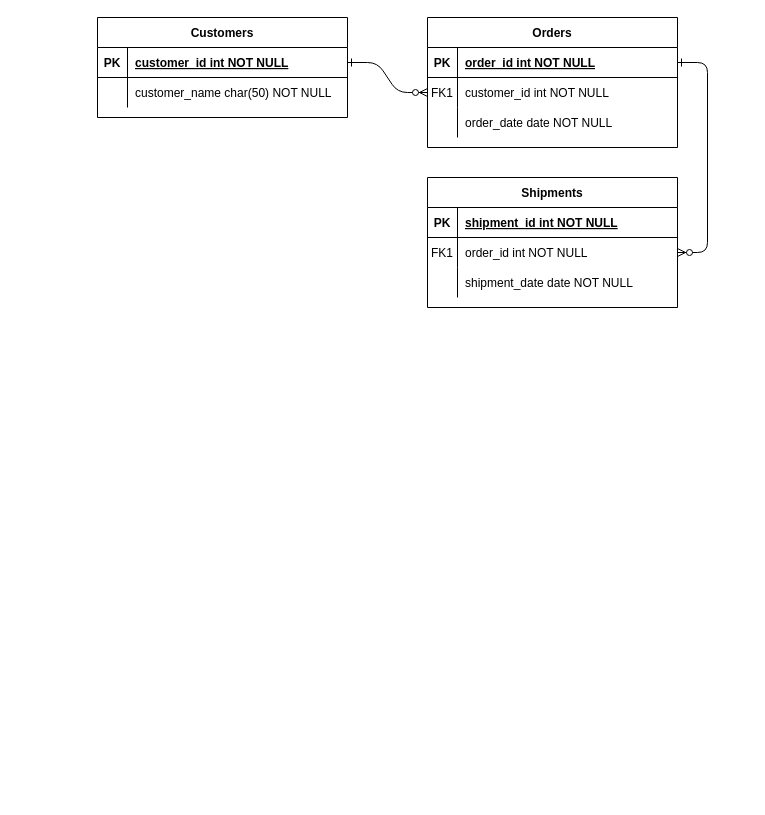
jainayushee/database-and-cloud-computing keeps this draw.io diagram as Untitled Diagram.drawio. Above is the earlier version. Source tidied: cells renumbered, new cells numbered last; positions are measured from the earlier drawing's top-left corner, leaving out a move shared by most shapes. Both pictures are drawn from the tidied source at 100%, with x=0, y=0 at pixel (97, 17).
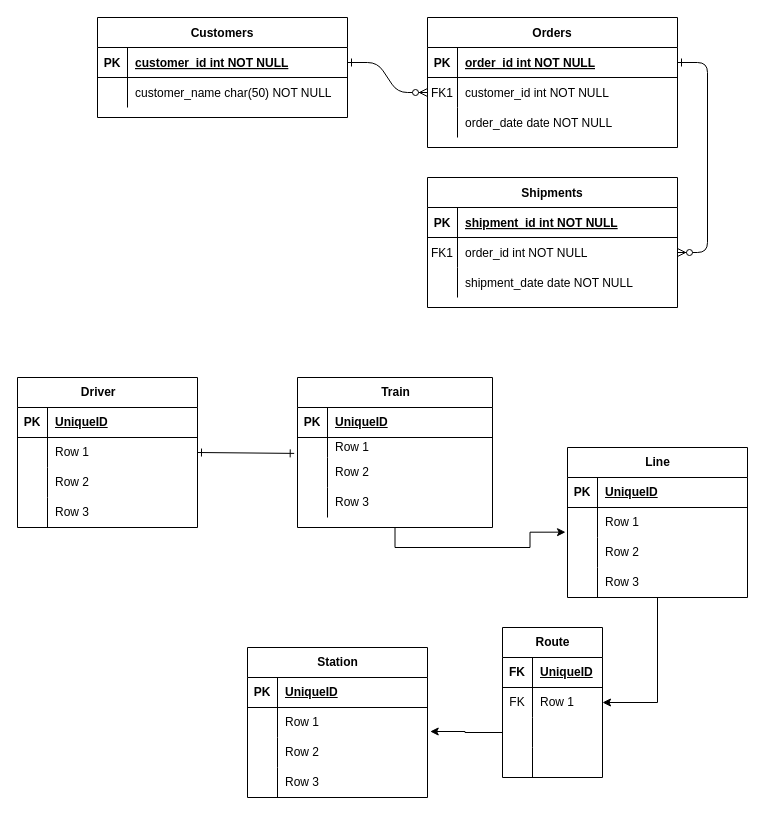
Above is the later version.

The edit, as a diff of the source:
```diff
@@
+    <mxCell id="31" value="Driver&lt;span style=&quot;white-space: pre;&quot;&gt;&#9;&lt;/span&gt;" style="shape=table;startSize=30;childLayout=tableLayout;rowLines=0;fontStyle=1;align=center;html=1;" parent="1" vertex="1">
+      <mxGeometry x="-80" y="360" width="180" height="150" as="geometry" />
+    </mxCell>
+    <mxCell id="32" style="shape=tableRow;horizontal=0;startSize=0;swimlaneHead=0;swimlaneBody=0;fillColor=none;top=0;left=0;right=0;bottom=1;" parent="31" vertex="1">
+      <mxGeometry y="30" width="180" height="30" as="geometry" />
+    </mxCell>
+    <mxCell id="33" value="PK" style="shape=partialRectangle;fillColor=none;top=0;left=0;bottom=0;right=0;fontStyle=1;overflow=hidden;whiteSpace=wrap;html=1;" parent="32" vertex="1">
+      <mxGeometry width="30" height="30" as="geometry" />
+    </mxCell>
+    <mxCell id="34" value="UniqueID" style="shape=partialRectangle;fillColor=none;top=0;left=0;bottom=0;right=0;align=left;spacingLeft=6;fontStyle=5;overflow=hidden;whiteSpace=wrap;html=1;" parent="32" vertex="1">
+      <mxGeometry x="30" width="150" height="30" as="geometry" />
+    </mxCell>
+    <mxCell id="35" style="shape=tableRow;horizontal=0;startSize=0;swimlaneHead=0;swimlaneBody=0;fillColor=none;points=[[0,0.5],[1,0.5]];portConstraint=eastwest;top=0;left=0;right=0;bottom=0;" parent="31" vertex="1">
+      <mxGeometry y="60" width="180" height="30" as="geometry" />
+    </mxCell>
+    <mxCell id="36" style="shape=partialRectangle;fillColor=none;top=0;left=0;bottom=0;right=0;overflow=hidden;whiteSpace=wrap;html=1;" parent="35" vertex="1">
+      <mxGeometry width="30" height="30" as="geometry" />
+    </mxCell>
+    <mxCell id="37" value="Row 1" style="shape=partialRectangle;fillColor=none;top=0;left=0;bottom=0;right=0;align=left;spacingLeft=6;overflow=hidden;whiteSpace=wrap;html=1;" parent="35" vertex="1">
+      <mxGeometry x="30" width="150" height="30" as="geometry" />
+    </mxCell>
+    <mxCell id="38" style="shape=tableRow;horizontal=0;startSize=0;swimlaneHead=0;swimlaneBody=0;fillColor=none;top=0;left=0;right=0;bottom=0;" parent="31" vertex="1">
+      <mxGeometry y="90" width="180" height="30" as="geometry" />
+    </mxCell>
+    <mxCell id="39" style="shape=partialRectangle;fillColor=none;top=0;left=0;bottom=0;right=0;overflow=hidden;whiteSpace=wrap;html=1;" parent="38" vertex="1">
+      <mxGeometry width="30" height="30" as="geometry" />
+    </mxCell>
+    <mxCell id="40" value="Row 2" style="shape=partialRectangle;fillColor=none;top=0;left=0;bottom=0;right=0;align=left;spacingLeft=6;overflow=hidden;whiteSpace=wrap;html=1;" parent="38" vertex="1">
+      <mxGeometry x="30" width="150" height="30" as="geometry" />
+    </mxCell>
+    <mxCell id="41" style="shape=tableRow;horizontal=0;startSize=0;swimlaneHead=0;swimlaneBody=0;fillColor=none;top=0;left=0;right=0;bottom=0;" parent="31" vertex="1">
+      <mxGeometry y="120" width="180" height="30" as="geometry" />
+    </mxCell>
+    <mxCell id="42" style="shape=partialRectangle;fillColor=none;top=0;left=0;bottom=0;right=0;overflow=hidden;whiteSpace=wrap;html=1;" parent="41" vertex="1">
+      <mxGeometry width="30" height="30" as="geometry" />
+    </mxCell>
+    <mxCell id="43" value="Row 3" style="shape=partialRectangle;fillColor=none;top=0;left=0;bottom=0;right=0;align=left;spacingLeft=6;overflow=hidden;whiteSpace=wrap;html=1;" parent="41" vertex="1">
+      <mxGeometry x="30" width="150" height="30" as="geometry" />
+    </mxCell>
+    <mxCell id="44" value="Train" style="shape=table;startSize=30;childLayout=tableLayout;rowLines=0;fontStyle=1;align=center;html=1;" parent="1" vertex="1">
+      <mxGeometry x="200" y="360" width="195" height="150" as="geometry" />
+    </mxCell>
+    <mxCell id="45" style="shape=tableRow;horizontal=0;startSize=0;swimlaneHead=0;swimlaneBody=0;fillColor=none;top=0;left=0;right=0;bottom=1;" parent="44" vertex="1">
+      <mxGeometry y="30" width="195" height="30" as="geometry" />
+    </mxCell>
+    <mxCell id="46" value="PK" style="shape=partialRectangle;fillColor=none;top=0;left=0;bottom=0;right=0;fontStyle=1;overflow=hidden;whiteSpace=wrap;html=1;" parent="45" vertex="1">
+      <mxGeometry width="30" height="30" as="geometry" />
+    </mxCell>
+    <mxCell id="47" value="UniqueID" style="shape=partialRectangle;fillColor=none;top=0;left=0;bottom=0;right=0;align=left;spacingLeft=6;fontStyle=5;overflow=hidden;whiteSpace=wrap;html=1;" parent="45" vertex="1">
+      <mxGeometry x="30" width="165" height="30" as="geometry" />
+    </mxCell>
+    <mxCell id="48" style="shape=tableRow;horizontal=0;startSize=0;swimlaneHead=0;swimlaneBody=0;fillColor=none;top=0;left=0;right=0;bottom=0;" parent="44" vertex="1">
+      <mxGeometry y="60" width="195" height="20" as="geometry" />
+    </mxCell>
+    <mxCell id="49" style="shape=partialRectangle;fillColor=none;top=0;left=0;bottom=0;right=0;overflow=hidden;whiteSpace=wrap;html=1;" parent="48" vertex="1">
+      <mxGeometry width="30" height="20" as="geometry" />
+    </mxCell>
+    <mxCell id="50" value="Row 1" style="shape=partialRectangle;fillColor=none;top=0;left=0;bottom=0;right=0;align=left;spacingLeft=6;overflow=hidden;whiteSpace=wrap;html=1;" parent="48" vertex="1">
+      <mxGeometry x="30" width="165" height="20" as="geometry" />
+    </mxCell>
+    <mxCell id="51" style="shape=tableRow;horizontal=0;startSize=0;swimlaneHead=0;swimlaneBody=0;fillColor=none;top=0;left=0;right=0;bottom=0;" parent="44" vertex="1">
+      <mxGeometry y="80" width="195" height="30" as="geometry" />
+    </mxCell>
+    <mxCell id="52" style="shape=partialRectangle;fillColor=none;top=0;left=0;bottom=0;right=0;overflow=hidden;whiteSpace=wrap;html=1;" parent="51" vertex="1">
+      <mxGeometry width="30" height="30" as="geometry" />
+    </mxCell>
+    <mxCell id="53" value="Row 2" style="shape=partialRectangle;fillColor=none;top=0;left=0;bottom=0;right=0;align=left;spacingLeft=6;overflow=hidden;whiteSpace=wrap;html=1;" parent="51" vertex="1">
+      <mxGeometry x="30" width="165" height="30" as="geometry" />
+    </mxCell>
+    <mxCell id="54" style="shape=tableRow;horizontal=0;startSize=0;swimlaneHead=0;swimlaneBody=0;fillColor=none;top=0;left=0;right=0;bottom=0;" parent="44" vertex="1">
+      <mxGeometry y="110" width="195" height="30" as="geometry" />
+    </mxCell>
+    <mxCell id="55" style="shape=partialRectangle;fillColor=none;top=0;left=0;bottom=0;right=0;overflow=hidden;whiteSpace=wrap;html=1;" parent="54" vertex="1">
+      <mxGeometry width="30" height="30" as="geometry" />
+    </mxCell>
+    <mxCell id="56" value="Row 3" style="shape=partialRectangle;fillColor=none;top=0;left=0;bottom=0;right=0;align=left;spacingLeft=6;overflow=hidden;whiteSpace=wrap;html=1;" parent="54" vertex="1">
+      <mxGeometry x="30" width="165" height="30" as="geometry" />
+    </mxCell>
+    <mxCell id="57" style="rounded=0;jettySize=auto;html=1;entryX=-0.017;entryY=0.933;entryDx=0;entryDy=0;entryPerimeter=0;startArrow=ERone;startFill=0;endArrow=ERone;endFill=0;exitX=1;exitY=0.5;exitDx=0;exitDy=0;" parent="1" edge="1" source="35">
+      <mxGeometry relative="1" as="geometry">
+        <mxPoint x="196.7" y="435.9" as="targetPoint" />
+      </mxGeometry>
+    </mxCell>
+    <mxCell id="58" style="edgeStyle=orthogonalEdgeStyle;rounded=0;jettySize=auto;html=1;entryX=1;entryY=0.5;entryDx=0;entryDy=0;" parent="1" edge="1" source="59" target="89">
+      <mxGeometry relative="1" as="geometry" />
+    </mxCell>
+    <mxCell id="59" value="Line" style="shape=table;startSize=30;childLayout=tableLayout;rowLines=0;fontStyle=1;align=center;html=1;" parent="1" vertex="1">
+      <mxGeometry x="470" y="430" width="180" height="150" as="geometry" />
+    </mxCell>
+    <mxCell id="60" style="shape=tableRow;horizontal=0;startSize=0;swimlaneHead=0;swimlaneBody=0;fillColor=none;top=0;left=0;right=0;bottom=1;" parent="59" vertex="1">
+      <mxGeometry y="30" width="180" height="30" as="geometry" />
+    </mxCell>
+    <mxCell id="61" value="PK" style="shape=partialRectangle;fillColor=none;top=0;left=0;bottom=0;right=0;fontStyle=1;overflow=hidden;whiteSpace=wrap;html=1;" parent="60" vertex="1">
+      <mxGeometry width="30" height="30" as="geometry" />
+    </mxCell>
+    <mxCell id="62" value="UniqueID" style="shape=partialRectangle;fillColor=none;top=0;left=0;bottom=0;right=0;align=left;spacingLeft=6;fontStyle=5;overflow=hidden;whiteSpace=wrap;html=1;" parent="60" vertex="1">
+      <mxGeometry x="30" width="150" height="30" as="geometry" />
+    </mxCell>
+    <mxCell id="63" style="shape=tableRow;horizontal=0;startSize=0;swimlaneHead=0;swimlaneBody=0;fillColor=none;top=0;left=0;right=0;bottom=0;" parent="59" vertex="1">
+      <mxGeometry y="60" width="180" height="30" as="geometry" />
+    </mxCell>
+    <mxCell id="64" style="shape=partialRectangle;fillColor=none;top=0;left=0;bottom=0;right=0;overflow=hidden;whiteSpace=wrap;html=1;" parent="63" vertex="1">
+      <mxGeometry width="30" height="30" as="geometry" />
+    </mxCell>
+    <mxCell id="65" value="Row 1" style="shape=partialRectangle;fillColor=none;top=0;left=0;bottom=0;right=0;align=left;spacingLeft=6;overflow=hidden;whiteSpace=wrap;html=1;" parent="63" vertex="1">
+      <mxGeometry x="30" width="150" height="30" as="geometry" />
+    </mxCell>
+    <mxCell id="66" style="shape=tableRow;horizontal=0;startSize=0;swimlaneHead=0;swimlaneBody=0;fillColor=none;points=[[0,0.5],[1,0.5]];portConstraint=eastwest;top=0;left=0;right=0;bottom=0;" parent="59" vertex="1">
+      <mxGeometry y="90" width="180" height="30" as="geometry" />
+    </mxCell>
+    <mxCell id="67" style="shape=partialRectangle;fillColor=none;top=0;left=0;bottom=0;right=0;overflow=hidden;whiteSpace=wrap;html=1;" parent="66" vertex="1">
+      <mxGeometry width="30" height="30" as="geometry" />
+    </mxCell>
+    <mxCell id="68" value="Row 2" style="shape=partialRectangle;fillColor=none;top=0;left=0;bottom=0;right=0;align=left;spacingLeft=6;overflow=hidden;whiteSpace=wrap;html=1;" parent="66" vertex="1">
+      <mxGeometry x="30" width="150" height="30" as="geometry" />
+    </mxCell>
+    <mxCell id="69" style="shape=tableRow;horizontal=0;startSize=0;swimlaneHead=0;swimlaneBody=0;fillColor=none;top=0;left=0;right=0;bottom=0;" parent="59" vertex="1">
+      <mxGeometry y="120" width="180" height="30" as="geometry" />
+    </mxCell>
+    <mxCell id="70" style="shape=partialRectangle;fillColor=none;top=0;left=0;bottom=0;right=0;overflow=hidden;whiteSpace=wrap;html=1;" parent="69" vertex="1">
+      <mxGeometry width="30" height="30" as="geometry" />
+    </mxCell>
+    <mxCell id="71" value="Row 3" style="shape=partialRectangle;fillColor=none;top=0;left=0;bottom=0;right=0;align=left;spacingLeft=6;overflow=hidden;whiteSpace=wrap;html=1;" parent="69" vertex="1">
+      <mxGeometry x="30" width="150" height="30" as="geometry" />
+    </mxCell>
+    <mxCell id="72" value="Station" style="shape=table;startSize=30;childLayout=tableLayout;rowLines=0;fontStyle=1;align=center;html=1;" parent="1" vertex="1">
+      <mxGeometry x="150" y="630" width="180" height="150" as="geometry" />
+    </mxCell>
+    <mxCell id="73" style="shape=tableRow;horizontal=0;startSize=0;swimlaneHead=0;swimlaneBody=0;fillColor=none;top=0;left=0;right=0;bottom=1;" parent="72" vertex="1">
+      <mxGeometry y="30" width="180" height="30" as="geometry" />
+    </mxCell>
+    <mxCell id="74" value="PK" style="shape=partialRectangle;fillColor=none;top=0;left=0;bottom=0;right=0;fontStyle=1;overflow=hidden;whiteSpace=wrap;html=1;" parent="73" vertex="1">
+      <mxGeometry width="30" height="30" as="geometry" />
+    </mxCell>
+    <mxCell id="75" value="UniqueID" style="shape=partialRectangle;fillColor=none;top=0;left=0;bottom=0;right=0;align=left;spacingLeft=6;fontStyle=5;overflow=hidden;whiteSpace=wrap;html=1;" parent="73" vertex="1">
+      <mxGeometry x="30" width="150" height="30" as="geometry" />
+    </mxCell>
+    <mxCell id="76" style="shape=tableRow;horizontal=0;startSize=0;swimlaneHead=0;swimlaneBody=0;fillColor=none;points=[[0,0.5],[1,0.5]];portConstraint=eastwest;top=0;left=0;right=0;bottom=0;" parent="72" vertex="1">
+      <mxGeometry y="60" width="180" height="30" as="geometry" />
+    </mxCell>
+    <mxCell id="77" style="shape=partialRectangle;fillColor=none;top=0;left=0;bottom=0;right=0;overflow=hidden;whiteSpace=wrap;html=1;" parent="76" vertex="1">
+      <mxGeometry width="30" height="30" as="geometry" />
+    </mxCell>
+    <mxCell id="78" value="Row 1" style="shape=partialRectangle;fillColor=none;top=0;left=0;bottom=0;right=0;align=left;spacingLeft=6;overflow=hidden;whiteSpace=wrap;html=1;" parent="76" vertex="1">
+      <mxGeometry x="30" width="150" height="30" as="geometry" />
+    </mxCell>
+    <mxCell id="79" style="shape=tableRow;horizontal=0;startSize=0;swimlaneHead=0;swimlaneBody=0;fillColor=none;top=0;left=0;right=0;bottom=0;" parent="72" vertex="1">
+      <mxGeometry y="90" width="180" height="30" as="geometry" />
+    </mxCell>
+    <mxCell id="80" style="shape=partialRectangle;fillColor=none;top=0;left=0;bottom=0;right=0;overflow=hidden;whiteSpace=wrap;html=1;" parent="79" vertex="1">
+      <mxGeometry width="30" height="30" as="geometry" />
+    </mxCell>
+    <mxCell id="81" value="Row 2" style="shape=partialRectangle;fillColor=none;top=0;left=0;bottom=0;right=0;align=left;spacingLeft=6;overflow=hidden;whiteSpace=wrap;html=1;" parent="79" vertex="1">
+      <mxGeometry x="30" width="150" height="30" as="geometry" />
+    </mxCell>
+    <mxCell id="82" style="shape=tableRow;horizontal=0;startSize=0;swimlaneHead=0;swimlaneBody=0;fillColor=none;top=0;left=0;right=0;bottom=0;" parent="72" vertex="1">
+      <mxGeometry y="120" width="180" height="30" as="geometry" />
+    </mxCell>
+    <mxCell id="83" style="shape=partialRectangle;fillColor=none;top=0;left=0;bottom=0;right=0;overflow=hidden;whiteSpace=wrap;html=1;" parent="82" vertex="1">
+      <mxGeometry width="30" height="30" as="geometry" />
+    </mxCell>
+    <mxCell id="84" value="Row 3" style="shape=partialRectangle;fillColor=none;top=0;left=0;bottom=0;right=0;align=left;spacingLeft=6;overflow=hidden;whiteSpace=wrap;html=1;" parent="82" vertex="1">
+      <mxGeometry x="30" width="150" height="30" as="geometry" />
+    </mxCell>
+    <mxCell id="85" value="Route" style="shape=table;startSize=30;childLayout=tableLayout;rowLines=0;fontStyle=1;align=center;html=1;" parent="1" vertex="1">
+      <mxGeometry x="405" y="610" width="100" height="150" as="geometry" />
+    </mxCell>
+    <mxCell id="86" style="shape=tableRow;horizontal=0;startSize=0;swimlaneHead=0;swimlaneBody=0;fillColor=none;top=0;left=0;right=0;bottom=1;" parent="85" vertex="1">
+      <mxGeometry y="30" width="100" height="30" as="geometry" />
+    </mxCell>
+    <mxCell id="87" value="FK" style="shape=partialRectangle;fillColor=none;top=0;left=0;bottom=0;right=0;fontStyle=1;overflow=hidden;whiteSpace=wrap;html=1;" parent="86" vertex="1">
+      <mxGeometry width="30" height="30" as="geometry" />
+    </mxCell>
+    <mxCell id="88" value="UniqueID" style="shape=partialRectangle;fillColor=none;top=0;left=0;bottom=0;right=0;align=left;spacingLeft=6;fontStyle=5;overflow=hidden;whiteSpace=wrap;html=1;" parent="86" vertex="1">
+      <mxGeometry x="30" width="70" height="30" as="geometry" />
+    </mxCell>
+    <mxCell id="89" style="shape=tableRow;horizontal=0;startSize=0;swimlaneHead=0;swimlaneBody=0;fillColor=none;points=[[0,0.5],[1,0.5]];portConstraint=eastwest;top=0;left=0;right=0;bottom=0;" parent="85" vertex="1">
+      <mxGeometry y="60" width="100" height="30" as="geometry" />
+    </mxCell>
+    <mxCell id="90" value="FK" style="shape=partialRectangle;fillColor=none;top=0;left=0;bottom=0;right=0;overflow=hidden;whiteSpace=wrap;html=1;" parent="89" vertex="1">
+      <mxGeometry width="30" height="30" as="geometry" />
+    </mxCell>
+    <mxCell id="91" value="Row 1" style="shape=partialRectangle;fillColor=none;top=0;left=0;bottom=0;right=0;align=left;spacingLeft=6;overflow=hidden;whiteSpace=wrap;html=1;" parent="89" vertex="1">
+      <mxGeometry x="30" width="70" height="30" as="geometry" />
+    </mxCell>
+    <mxCell id="92" style="shape=tableRow;horizontal=0;startSize=0;swimlaneHead=0;swimlaneBody=0;fillColor=none;points=[[0,0.5],[1,0.5]];portConstraint=eastwest;top=0;left=0;right=0;bottom=0;" parent="85" vertex="1">
+      <mxGeometry y="90" width="100" height="30" as="geometry" />
+    </mxCell>
+    <mxCell id="93" style="shape=partialRectangle;fillColor=none;top=0;left=0;bottom=0;right=0;overflow=hidden;whiteSpace=wrap;html=1;" parent="92" vertex="1">
+      <mxGeometry width="30" height="30" as="geometry" />
+    </mxCell>
+    <mxCell id="94" style="shape=partialRectangle;fillColor=none;top=0;left=0;bottom=0;right=0;align=left;spacingLeft=6;overflow=hidden;whiteSpace=wrap;html=1;" parent="92" vertex="1">
+      <mxGeometry x="30" width="70" height="30" as="geometry" />
+    </mxCell>
+    <mxCell id="95" style="shape=tableRow;horizontal=0;startSize=0;swimlaneHead=0;swimlaneBody=0;fillColor=none;top=0;left=0;right=0;bottom=0;" parent="85" vertex="1">
+      <mxGeometry y="120" width="100" height="30" as="geometry" />
+    </mxCell>
+    <mxCell id="96" style="shape=partialRectangle;fillColor=none;top=0;left=0;bottom=0;right=0;overflow=hidden;whiteSpace=wrap;html=1;" parent="95" vertex="1">
+      <mxGeometry width="30" height="30" as="geometry" />
+    </mxCell>
+    <mxCell id="97" style="shape=partialRectangle;fillColor=none;top=0;left=0;bottom=0;right=0;align=left;spacingLeft=6;overflow=hidden;whiteSpace=wrap;html=1;" parent="95" vertex="1">
+      <mxGeometry x="30" width="70" height="30" as="geometry" />
+    </mxCell>
+    <mxCell id="98" style="edgeStyle=orthogonalEdgeStyle;rounded=0;jettySize=auto;html=1;entryX=-0.011;entryY=-0.178;entryDx=0;entryDy=0;entryPerimeter=0;" parent="1" edge="1" source="44" target="66">
+      <mxGeometry relative="1" as="geometry" />
+    </mxCell>
+    <mxCell id="99" style="edgeStyle=orthogonalEdgeStyle;rounded=0;jettySize=auto;html=1;entryX=1.015;entryY=0.8;entryDx=0;entryDy=0;entryPerimeter=0;" parent="1" edge="1" source="92" target="76">
+      <mxGeometry relative="1" as="geometry" />
+    </mxCell>
```
